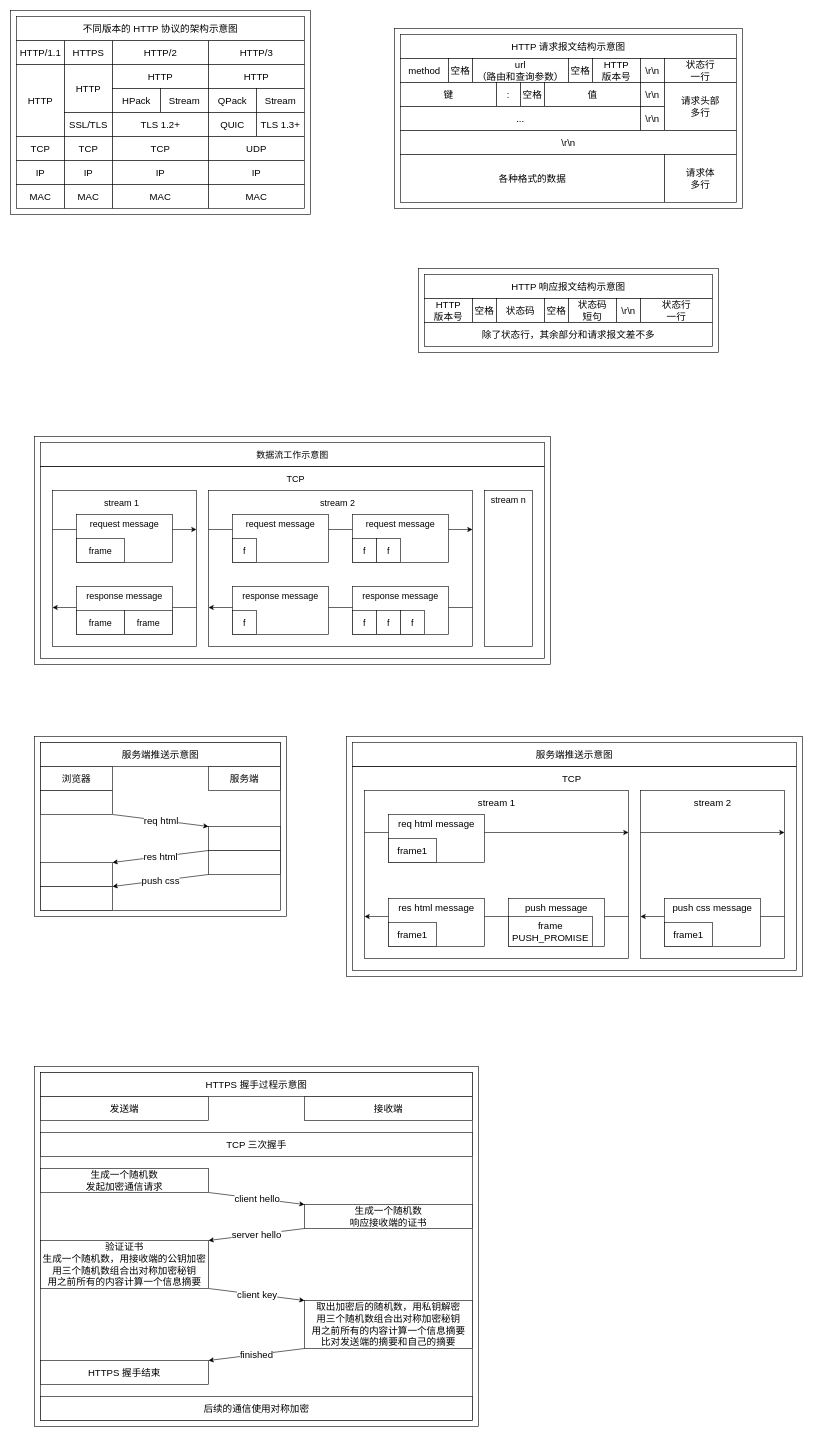
Earlier version of the draw.io diagram 计算机/协议/http.drawio (KelipuTe/note). Source tidied: cells renumbered, new cells numbered last; positions are measured from the earlier drawing's top-left corner, leaving out a move shared by most shapes. Both pictures are drawn from the tidied source at 60%, with x=0, y=0 at pixel (10, 10).
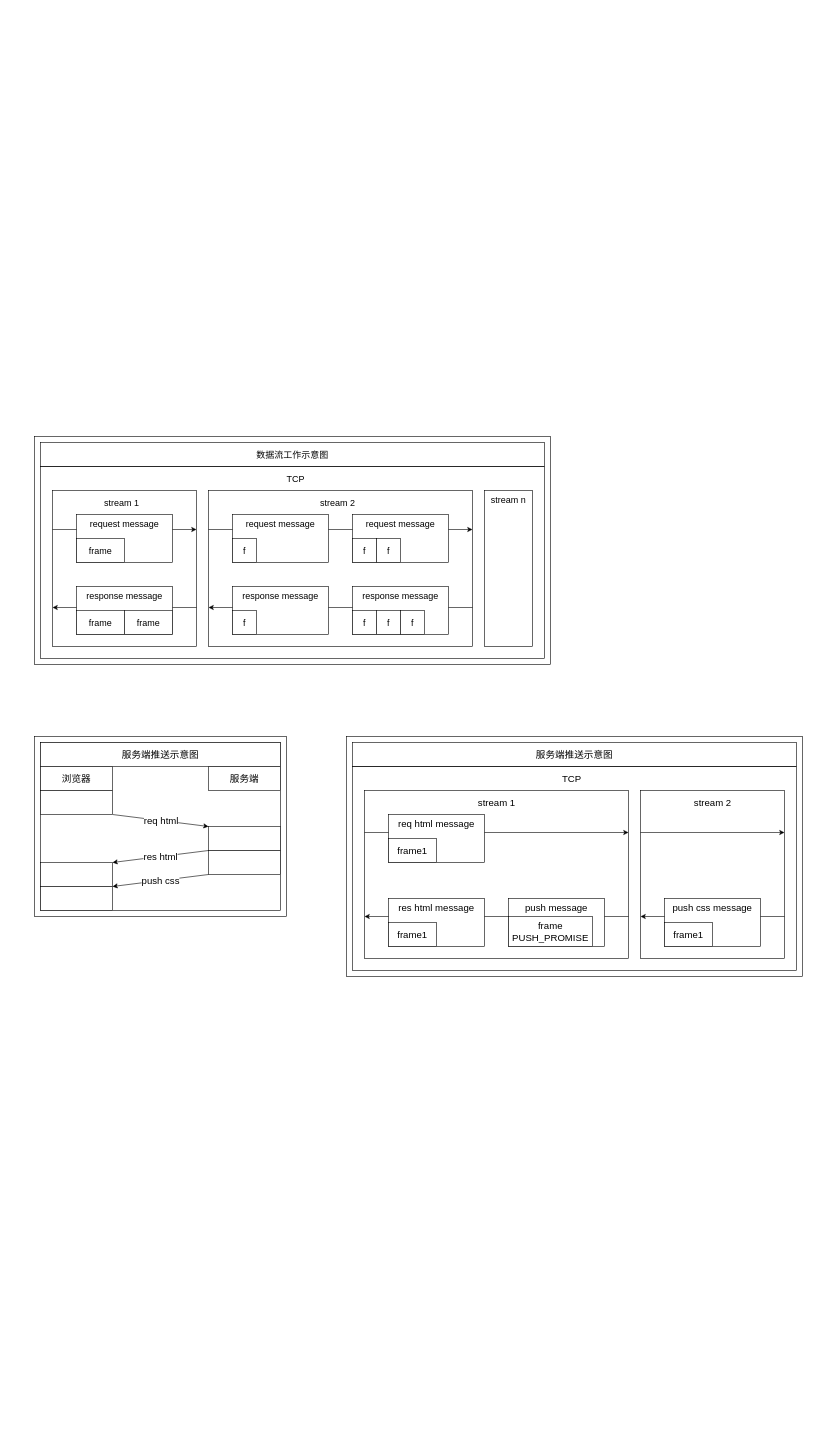
The same page after the edit.

The edit, as a diff of the source:
```diff
@@
-    <mxCell id="2" style="group;" parent="1" vertex="1">
-      <mxGeometry width="500" height="340" as="geometry" />
-    </mxCell>
-    <mxCell id="3" style="rounded=0;whiteSpace=wrap;html=1;fillColor=none;" parent="2" vertex="1">
-      <mxGeometry width="500" height="340" as="geometry" />
-    </mxCell>
-    <mxCell id="4" value="HTTP/1.1" style="rounded=0;whiteSpace=wrap;html=1;fontSize=16;strokeColor=default;" parent="2" vertex="1">
-      <mxGeometry x="10" y="50" width="80" height="40" as="geometry" />
-    </mxCell>
-    <mxCell id="5" value="IP" style="rounded=0;whiteSpace=wrap;html=1;fontSize=16;strokeColor=default;" parent="2" vertex="1">
-      <mxGeometry x="10" y="250" width="80" height="40" as="geometry" />
-    </mxCell>
-    <mxCell id="6" value="TCP" style="rounded=0;whiteSpace=wrap;html=1;fontSize=16;strokeColor=default;" parent="2" vertex="1">
-      <mxGeometry x="10" y="210" width="80" height="40" as="geometry" />
-    </mxCell>
-    <mxCell id="7" value="MAC" style="rounded=0;whiteSpace=wrap;html=1;fontSize=16;strokeColor=default;" parent="2" vertex="1">
-      <mxGeometry x="10" y="290" width="80" height="40" as="geometry" />
-    </mxCell>
-    <mxCell id="8" value="HTTP" style="rounded=0;whiteSpace=wrap;html=1;fontSize=16;strokeColor=default;" parent="2" vertex="1">
-      <mxGeometry x="10" y="90" width="80" height="120" as="geometry" />
-    </mxCell>
-    <mxCell id="9" value="HTTPS" style="rounded=0;whiteSpace=wrap;html=1;fontSize=16;strokeColor=default;" parent="2" vertex="1">
-      <mxGeometry x="90" y="50" width="80" height="40" as="geometry" />
-    </mxCell>
-    <mxCell id="10" value="IP" style="rounded=0;whiteSpace=wrap;html=1;fontSize=16;strokeColor=default;" parent="2" vertex="1">
-      <mxGeometry x="90" y="250" width="80" height="40" as="geometry" />
-    </mxCell>
-    <mxCell id="11" value="TCP" style="rounded=0;whiteSpace=wrap;html=1;fontSize=16;strokeColor=default;" parent="2" vertex="1">
-      <mxGeometry x="90" y="210" width="80" height="40" as="geometry" />
-    </mxCell>
-    <mxCell id="12" value="MAC" style="rounded=0;whiteSpace=wrap;html=1;fontSize=16;strokeColor=default;" parent="2" vertex="1">
-      <mxGeometry x="90" y="290" width="80" height="40" as="geometry" />
-    </mxCell>
-    <mxCell id="13" value="HTTP" style="rounded=0;whiteSpace=wrap;html=1;fontSize=16;strokeColor=default;" parent="2" vertex="1">
-      <mxGeometry x="90" y="90" width="80" height="80" as="geometry" />
-    </mxCell>
-    <mxCell id="14" value="SSL/TLS" style="rounded=0;whiteSpace=wrap;html=1;fontSize=16;strokeColor=default;" parent="2" vertex="1">
-      <mxGeometry x="90" y="170" width="80" height="40" as="geometry" />
-    </mxCell>
-    <mxCell id="15" value="HTTP/2" style="rounded=0;whiteSpace=wrap;html=1;fontSize=16;strokeColor=default;" parent="2" vertex="1">
-      <mxGeometry x="170" y="50" width="160" height="40" as="geometry" />
-    </mxCell>
-    <mxCell id="16" value="HTTP" style="rounded=0;whiteSpace=wrap;html=1;fontSize=16;strokeColor=default;" parent="2" vertex="1">
-      <mxGeometry x="170" y="90" width="160" height="40" as="geometry" />
-    </mxCell>
-    <mxCell id="17" value="HPack" style="rounded=0;whiteSpace=wrap;html=1;fontSize=16;strokeColor=default;" parent="2" vertex="1">
-      <mxGeometry x="170" y="130" width="80" height="40" as="geometry" />
-    </mxCell>
-    <mxCell id="18" value="Stream" style="rounded=0;whiteSpace=wrap;html=1;fontSize=16;strokeColor=default;" parent="2" vertex="1">
-      <mxGeometry x="250" y="130" width="80" height="40" as="geometry" />
-    </mxCell>
-    <mxCell id="19" value="IP" style="rounded=0;whiteSpace=wrap;html=1;fontSize=16;strokeColor=default;" parent="2" vertex="1">
-      <mxGeometry x="170" y="250" width="160" height="40" as="geometry" />
-    </mxCell>
-    <mxCell id="20" value="TCP" style="rounded=0;whiteSpace=wrap;html=1;fontSize=16;strokeColor=default;" parent="2" vertex="1">
-      <mxGeometry x="170" y="210" width="160" height="40" as="geometry" />
-    </mxCell>
-    <mxCell id="21" value="MAC" style="rounded=0;whiteSpace=wrap;html=1;fontSize=16;strokeColor=default;" parent="2" vertex="1">
-      <mxGeometry x="170" y="290" width="160" height="40" as="geometry" />
-    </mxCell>
-    <mxCell id="22" value="TLS 1.2+" style="rounded=0;whiteSpace=wrap;html=1;fontSize=16;strokeColor=default;" parent="2" vertex="1">
-      <mxGeometry x="170" y="170" width="160" height="40" as="geometry" />
-    </mxCell>
-    <mxCell id="23" value="HTTP/3" style="rounded=0;whiteSpace=wrap;html=1;fontSize=16;strokeColor=default;" parent="2" vertex="1">
-      <mxGeometry x="330" y="50" width="160" height="40" as="geometry" />
-    </mxCell>
-    <mxCell id="24" value="HTTP" style="rounded=0;whiteSpace=wrap;html=1;fontSize=16;strokeColor=default;" parent="2" vertex="1">
-      <mxGeometry x="330" y="90" width="160" height="40" as="geometry" />
-    </mxCell>
-    <mxCell id="25" value="QPack" style="rounded=0;whiteSpace=wrap;html=1;fontSize=16;strokeColor=default;" parent="2" vertex="1">
-      <mxGeometry x="330" y="130" width="80" height="40" as="geometry" />
-    </mxCell>
-    <mxCell id="26" value="Stream" style="rounded=0;whiteSpace=wrap;html=1;fontSize=16;strokeColor=default;" parent="2" vertex="1">
-      <mxGeometry x="410" y="130" width="80" height="40" as="geometry" />
-    </mxCell>
-    <mxCell id="27" value="IP" style="rounded=0;whiteSpace=wrap;html=1;fontSize=16;strokeColor=default;" parent="2" vertex="1">
-      <mxGeometry x="330" y="250" width="160" height="40" as="geometry" />
-    </mxCell>
-    <mxCell id="28" value="UDP" style="rounded=0;whiteSpace=wrap;html=1;fontSize=16;strokeColor=default;" parent="2" vertex="1">
-      <mxGeometry x="330" y="210" width="160" height="40" as="geometry" />
-    </mxCell>
-    <mxCell id="29" value="MAC" style="rounded=0;whiteSpace=wrap;html=1;fontSize=16;strokeColor=default;" parent="2" vertex="1">
-      <mxGeometry x="330" y="290" width="160" height="40" as="geometry" />
-    </mxCell>
-    <mxCell id="30" value="TLS 1.3+" style="rounded=0;whiteSpace=wrap;html=1;fontSize=16;strokeColor=default;" parent="2" vertex="1">
-      <mxGeometry x="410" y="170" width="80" height="40" as="geometry" />
-    </mxCell>
-    <mxCell id="31" value="QUIC" style="rounded=0;whiteSpace=wrap;html=1;fontSize=16;strokeColor=default;" parent="2" vertex="1">
-      <mxGeometry x="330" y="170" width="80" height="40" as="geometry" />
-    </mxCell>
-    <mxCell id="32" value="不同版本的 HTTP 协议的架构示意图" style="rounded=0;whiteSpace=wrap;html=1;fontSize=16;strokeColor=default;" parent="2" vertex="1">
-      <mxGeometry x="10" y="10" width="480" height="40" as="geometry" />
-    </mxCell>
-    <mxCell id="33" style="group;" parent="1" vertex="1">
-      <mxGeometry x="640" y="30" width="580" height="300" as="geometry" />
-    </mxCell>
-    <mxCell id="34" style="rounded=0;whiteSpace=wrap;html=1;fillColor=none;" parent="33" vertex="1">
-      <mxGeometry width="580" height="300" as="geometry" />
-    </mxCell>
-    <mxCell id="35" value="HTTP 请求报文结构示意图" style="rounded=0;whiteSpace=wrap;html=1;fontSize=16;" parent="33" vertex="1">
-      <mxGeometry x="10" y="10" width="560" height="40" as="geometry" />
-    </mxCell>
-    <mxCell id="36" value="method" style="rounded=0;whiteSpace=wrap;html=1;fontSize=16;" parent="33" vertex="1">
-      <mxGeometry x="10" y="50" width="80" height="40" as="geometry" />
-    </mxCell>
-    <mxCell id="37" value="空格" style="rounded=0;whiteSpace=wrap;html=1;fontSize=16;" parent="33" vertex="1">
-      <mxGeometry x="90" y="50" width="40" height="40" as="geometry" />
-    </mxCell>
-    <mxCell id="38" value="url&lt;br&gt;（路由和查询参数）" style="rounded=0;whiteSpace=wrap;html=1;fontSize=16;" parent="33" vertex="1">
-      <mxGeometry x="130" y="50" width="160" height="40" as="geometry" />
-    </mxCell>
-    <mxCell id="39" value="空格" style="rounded=0;whiteSpace=wrap;html=1;fontSize=16;" parent="33" vertex="1">
-      <mxGeometry x="290" y="50" width="40" height="40" as="geometry" />
-    </mxCell>
-    <mxCell id="40" value="HTTP&lt;br&gt;版本号" style="rounded=0;whiteSpace=wrap;html=1;fontSize=16;" parent="33" vertex="1">
-      <mxGeometry x="330" y="50" width="80" height="40" as="geometry" />
-    </mxCell>
-    <mxCell id="41" value="\r\n" style="rounded=0;whiteSpace=wrap;html=1;fontSize=16;" parent="33" vertex="1">
-      <mxGeometry x="410" y="50" width="40" height="40" as="geometry" />
-    </mxCell>
-    <mxCell id="42" value="状态行&lt;br&gt;一行" style="rounded=0;whiteSpace=wrap;html=1;fontSize=16;" parent="33" vertex="1">
-      <mxGeometry x="450" y="50" width="120" height="40" as="geometry" />
-    </mxCell>
-    <mxCell id="43" value="请求头部&lt;br&gt;多行" style="rounded=0;whiteSpace=wrap;html=1;fontSize=16;" parent="33" vertex="1">
-      <mxGeometry x="450" y="90" width="120" height="80" as="geometry" />
-    </mxCell>
-    <mxCell id="44" value="\r\n" style="rounded=0;whiteSpace=wrap;html=1;fontSize=16;" parent="33" vertex="1">
-      <mxGeometry x="10" y="170" width="560" height="40" as="geometry" />
-    </mxCell>
-    <mxCell id="45" value="请求体&lt;br&gt;多行" style="rounded=0;whiteSpace=wrap;html=1;fontSize=16;" parent="33" vertex="1">
-      <mxGeometry x="450" y="210" width="120" height="80" as="geometry" />
-    </mxCell>
-    <mxCell id="46" value="键" style="rounded=0;whiteSpace=wrap;html=1;fontSize=16;" parent="33" vertex="1">
-      <mxGeometry x="10" y="90" width="160" height="40" as="geometry" />
-    </mxCell>
-    <mxCell id="47" value="值" style="rounded=0;whiteSpace=wrap;html=1;fontSize=16;" parent="33" vertex="1">
-      <mxGeometry x="250" y="90" width="160" height="40" as="geometry" />
-    </mxCell>
-    <mxCell id="48" value=":" style="rounded=0;whiteSpace=wrap;html=1;fontSize=16;" parent="33" vertex="1">
-      <mxGeometry x="170" y="90" width="40" height="40" as="geometry" />
-    </mxCell>
-    <mxCell id="49" value="空格" style="rounded=0;whiteSpace=wrap;html=1;fontSize=16;" parent="33" vertex="1">
-      <mxGeometry x="210" y="90" width="40" height="40" as="geometry" />
-    </mxCell>
-    <mxCell id="50" value="\r\n" style="rounded=0;whiteSpace=wrap;html=1;fontSize=16;" parent="33" vertex="1">
-      <mxGeometry x="410" y="90" width="40" height="40" as="geometry" />
-    </mxCell>
-    <mxCell id="51" value="..." style="rounded=0;whiteSpace=wrap;html=1;fontSize=16;" parent="33" vertex="1">
-      <mxGeometry x="10" y="130" width="400" height="40" as="geometry" />
-    </mxCell>
-    <mxCell id="52" value="各种格式的数据" style="rounded=0;whiteSpace=wrap;html=1;fontSize=16;" parent="33" vertex="1">
-      <mxGeometry x="10" y="210" width="440" height="80" as="geometry" />
-    </mxCell>
-    <mxCell id="53" value="\r\n" style="rounded=0;whiteSpace=wrap;html=1;fontSize=16;" parent="33" vertex="1">
-      <mxGeometry x="410" y="130" width="40" height="40" as="geometry" />
-    </mxCell>
-    <mxCell id="54" style="group;" parent="1" vertex="1">
-      <mxGeometry x="680" y="430" width="500" height="140" as="geometry" />
-    </mxCell>
-    <mxCell id="55" style="rounded=0;whiteSpace=wrap;html=1;fillColor=none;" parent="54" vertex="1">
-      <mxGeometry width="500" height="140" as="geometry" />
-    </mxCell>
-    <mxCell id="56" value="&lt;span&gt;HTTP 响应报文结构示意图&lt;/span&gt;" style="rounded=0;whiteSpace=wrap;html=1;fontSize=16;strokeColor=default;" parent="54" vertex="1">
-      <mxGeometry x="10" y="10" width="480" height="40" as="geometry" />
-    </mxCell>
-    <mxCell id="57" value="&lt;span&gt;HTTP&lt;/span&gt;&lt;br&gt;&lt;span&gt;版本号&lt;/span&gt;" style="rounded=0;whiteSpace=wrap;html=1;fontSize=16;strokeColor=default;" parent="54" vertex="1">
-      <mxGeometry x="10" y="50" width="80" height="40" as="geometry" />
-    </mxCell>
-    <mxCell id="58" value="&lt;span&gt;空格&lt;/span&gt;" style="rounded=0;whiteSpace=wrap;html=1;fontSize=16;strokeColor=default;" parent="54" vertex="1">
-      <mxGeometry x="90" y="50" width="40" height="40" as="geometry" />
-    </mxCell>
-    <mxCell id="59" value="&lt;span&gt;状态码&lt;/span&gt;" style="rounded=0;whiteSpace=wrap;html=1;fontSize=16;strokeColor=default;" parent="54" vertex="1">
-      <mxGeometry x="130" y="50" width="80" height="40" as="geometry" />
-    </mxCell>
-    <mxCell id="60" value="&lt;span&gt;空格&lt;/span&gt;" style="rounded=0;whiteSpace=wrap;html=1;fontSize=16;strokeColor=default;" parent="54" vertex="1">
-      <mxGeometry x="210" y="50" width="40" height="40" as="geometry" />
-    </mxCell>
-    <mxCell id="61" value="状态码&lt;br&gt;短句" style="rounded=0;whiteSpace=wrap;html=1;fontSize=16;strokeColor=default;" parent="54" vertex="1">
-      <mxGeometry x="250" y="50" width="80" height="40" as="geometry" />
-    </mxCell>
-    <mxCell id="62" value="\r\n" style="rounded=0;whiteSpace=wrap;html=1;fontSize=16;strokeColor=default;" parent="54" vertex="1">
-      <mxGeometry x="330" y="50" width="40" height="40" as="geometry" />
-    </mxCell>
-    <mxCell id="63" value="状态行&lt;br&gt;一行" style="rounded=0;whiteSpace=wrap;html=1;fontSize=16;" parent="54" vertex="1">
-      <mxGeometry x="370" y="50" width="120" height="40" as="geometry" />
-    </mxCell>
-    <mxCell id="64" value="除了状态行，其余部分和请求报文差不多" style="rounded=0;whiteSpace=wrap;html=1;fontSize=16;" parent="54" vertex="1">
-      <mxGeometry x="10" y="90" width="480" height="40" as="geometry" />
-    </mxCell>
@@
-    <mxCell id="133" style="group;" parent="1" vertex="1">
-      <mxGeometry x="40" y="1760" width="740" height="600" as="geometry" />
-    </mxCell>
-    <mxCell id="134" style="group;strokeColor=default;fontSize=16;" parent="133" vertex="1">
-      <mxGeometry x="10" y="10" width="720" height="580" as="geometry" />
-    </mxCell>
-    <mxCell id="135" value="TCP 三次握手" style="rounded=0;whiteSpace=wrap;html=1;fontSize=16;strokeColor=default;fillColor=default;" parent="133" vertex="1">
-      <mxGeometry x="10" y="110" width="720" height="40" as="geometry" />
-    </mxCell>
-    <mxCell id="136" value="生成一个随机数&lt;br style=&quot;font-size: 16px;&quot;&gt;发起加密通信请求" style="rounded=0;whiteSpace=wrap;html=1;fontSize=16;strokeColor=default;fillColor=default;" parent="133" vertex="1">
-      <mxGeometry x="10" y="170" width="280" height="40" as="geometry" />
-    </mxCell>
-    <mxCell id="137" value="发送端" style="rounded=0;whiteSpace=wrap;html=1;fontSize=16;strokeColor=default;fillColor=default;" parent="133" vertex="1">
-      <mxGeometry x="10" y="50" width="280" height="40" as="geometry" />
-    </mxCell>
-    <mxCell id="138" value="接收端" style="rounded=0;whiteSpace=wrap;html=1;fontSize=16;strokeColor=default;fillColor=default;" parent="133" vertex="1">
-      <mxGeometry x="450" y="50" width="280" height="40" as="geometry" />
-    </mxCell>
-    <mxCell id="139" value="生成一个随机数&lt;br style=&quot;font-size: 16px;&quot;&gt;响应接收端的证书" style="rounded=0;whiteSpace=wrap;html=1;fontSize=16;strokeColor=default;fillColor=default;" parent="133" vertex="1">
-      <mxGeometry x="450" y="230" width="280" height="40" as="geometry" />
-    </mxCell>
-    <mxCell id="140" style="endArrow=classic;html=1;rounded=0;fontSize=16;exitX=1;exitY=1;exitDx=0;exitDy=0;entryX=0;entryY=0;entryDx=0;entryDy=0;" parent="133" edge="1" source="136" target="139">
-      <mxGeometry relative="1" as="geometry" />
-    </mxCell>
-    <mxCell id="141" value="client hello" style="edgeLabel;html=1;align=center;verticalAlign=middle;fontSize=16;" parent="140" vertex="1">
-      <mxGeometry relative="1" as="geometry" />
-    </mxCell>
-    <mxCell id="142" value="验证证书&lt;br style=&quot;font-size: 16px;&quot;&gt;生成一个随机数，用接收端的公钥加密&lt;br style=&quot;font-size: 16px;&quot;&gt;用三个随机数组合出对称加密秘钥&lt;br style=&quot;font-size: 16px;&quot;&gt;用之前所有的内容计算一个信息摘要" style="rounded=0;whiteSpace=wrap;html=1;fontSize=16;strokeColor=default;fillColor=default;" parent="133" vertex="1">
-      <mxGeometry x="10" y="290" width="280" height="80" as="geometry" />
-    </mxCell>
-    <mxCell id="143" style="endArrow=classic;html=1;rounded=0;fontSize=16;entryX=1;entryY=0;entryDx=0;entryDy=0;exitX=0;exitY=1;exitDx=0;exitDy=0;" parent="133" edge="1" source="139" target="142">
-      <mxGeometry relative="1" as="geometry" />
-    </mxCell>
-    <mxCell id="144" value="server hello" style="edgeLabel;html=1;align=center;verticalAlign=middle;fontSize=16;" parent="143" vertex="1">
-      <mxGeometry relative="1" as="geometry" />
-    </mxCell>
-    <mxCell id="145" value="取出加密后的随机数，用私钥解密&lt;br style=&quot;font-size: 16px;&quot;&gt;用三个随机数组合出对称加密秘钥&lt;br style=&quot;font-size: 16px;&quot;&gt;用之前所有的内容计算一个信息摘要&lt;br style=&quot;font-size: 16px;&quot;&gt;比对发送端的摘要和自己的摘要" style="rounded=0;whiteSpace=wrap;html=1;fontSize=16;strokeColor=default;fillColor=default;" parent="133" vertex="1">
-      <mxGeometry x="450" y="390" width="280" height="80" as="geometry" />
-    </mxCell>
-    <mxCell id="146" style="endArrow=classic;html=1;rounded=0;fontSize=16;exitX=1;exitY=1;exitDx=0;exitDy=0;entryX=0;entryY=0;entryDx=0;entryDy=0;" parent="133" edge="1" source="142" target="145">
-      <mxGeometry relative="1" as="geometry" />
-    </mxCell>
-    <mxCell id="147" value="client key" style="edgeLabel;html=1;align=center;verticalAlign=middle;fontSize=16;" parent="146" vertex="1">
-      <mxGeometry relative="1" as="geometry" />
-    </mxCell>
-    <mxCell id="148" value="HTTPS 握手结束&lt;br style=&quot;font-size: 16px;&quot;&gt;" style="rounded=0;whiteSpace=wrap;html=1;fontSize=16;strokeColor=default;fillColor=default;" parent="133" vertex="1">
-      <mxGeometry x="10" y="490" width="280" height="40" as="geometry" />
-    </mxCell>
-    <mxCell id="149" style="endArrow=classic;html=1;rounded=0;fontSize=16;entryX=1;entryY=0;entryDx=0;entryDy=0;exitX=0;exitY=1;exitDx=0;exitDy=0;" parent="133" edge="1" source="145" target="148">
-      <mxGeometry relative="1" as="geometry" />
-    </mxCell>
-    <mxCell id="150" value="finished" style="edgeLabel;html=1;align=center;verticalAlign=middle;fontSize=16;" parent="149" vertex="1">
-      <mxGeometry relative="1" as="geometry" />
-    </mxCell>
-    <mxCell id="151" value="HTTPS 握手过程示意图" style="rounded=0;whiteSpace=wrap;html=1;fontSize=16;strokeColor=default;fillColor=default;" parent="133" vertex="1">
-      <mxGeometry x="10" y="10" width="720" height="40" as="geometry" />
-    </mxCell>
-    <mxCell id="152" value="&lt;span style=&quot;font-size: 16px;&quot;&gt;后续的通信使用对称加密&lt;/span&gt;" style="rounded=0;whiteSpace=wrap;html=1;fontSize=16;strokeColor=default;fillColor=default;" parent="133" vertex="1">
-      <mxGeometry x="10" y="550" width="720" height="40" as="geometry" />
-    </mxCell>
-    <mxCell id="153" style="rounded=0;whiteSpace=wrap;html=1;fontSize=16;strokeColor=default;fillColor=none;" parent="133" vertex="1">
-      <mxGeometry width="740" height="600" as="geometry" />
-    </mxCell>
```
